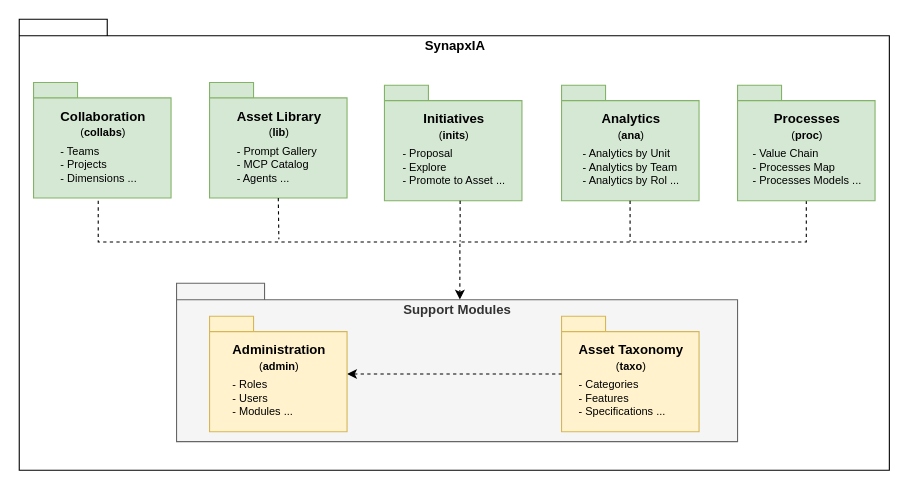
Above: page "SynapxIA" (1 of 7) of docs/models.drawio in abc-flex/synapxia (draw.io), before the change. Source tidied: cells renumbered, new cells numbered last; positions are measured from the earlier drawing's top-left corner, leaving out a move shared by most shapes. Both pictures are drawn from the tidied source at 110%, with x=0, y=0 at pixel (19, 19).
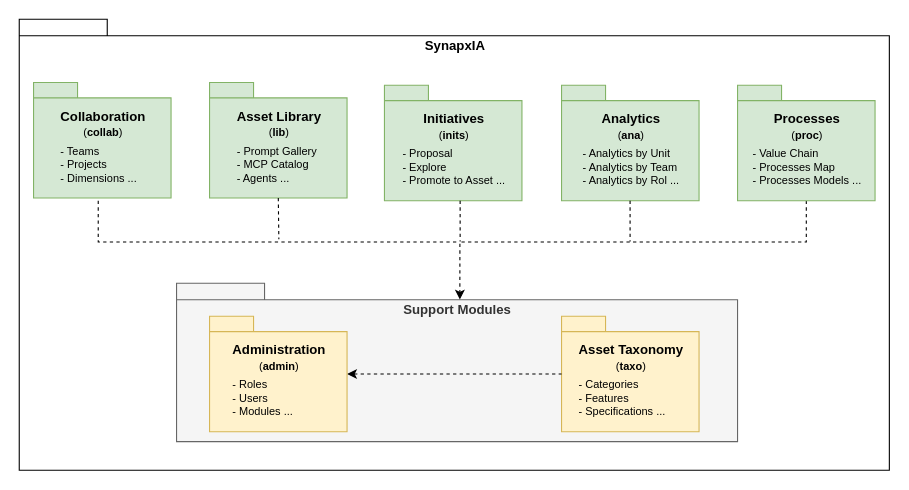
After the change.

The edit, as a diff of the source:
```diff
@@
-    <mxCell id="4" value="Collaboration&lt;br&gt;&lt;font style=&quot;font-size: 10px;&quot;&gt;&lt;span style=&quot;font-weight: normal;&quot;&gt;(&lt;/span&gt;collabs&lt;/font&gt;&lt;font style=&quot;font-size: 10px;&quot;&gt;&lt;span style=&quot;font-weight: 400;&quot;&gt;)&lt;/span&gt;&lt;br&gt;&lt;div style=&quot;text-align: left; font-size: 4px;&quot;&gt;&lt;span style=&quot;font-weight: 400;&quot;&gt;&lt;br&gt;&lt;/span&gt;&lt;/div&gt;&lt;div style=&quot;text-align: left;&quot;&gt;&lt;span style=&quot;font-weight: 400;&quot;&gt;- Teams&lt;/span&gt;&lt;/div&gt;&lt;div style=&quot;text-align: left;&quot;&gt;&lt;span style=&quot;font-weight: 400;&quot;&gt;-&amp;nbsp;&lt;/span&gt;&lt;span style=&quot;font-weight: 400; background-color: transparent; color: light-dark(rgb(0, 0, 0), rgb(255, 255, 255));&quot;&gt;Projects&lt;/span&gt;&lt;/div&gt;&lt;div style=&quot;text-align: left;&quot;&gt;&lt;span style=&quot;font-weight: 400; background-color: transparent; color: light-dark(rgb(0, 0, 0), rgb(255, 255, 255));&quot;&gt;- Dimensions ...&lt;/span&gt;&lt;/div&gt;&lt;/font&gt;" style="shape=folder;fontStyle=1;spacingTop=12;tabWidth=40;tabHeight=14;tabPosition=left;html=1;fillColor=#d5e8d4;strokeColor=#82b366;" parent="1" vertex="1">
+    <mxCell id="4" value="Collaboration&lt;br&gt;&lt;font style=&quot;font-size: 10px;&quot;&gt;&lt;span style=&quot;font-weight: normal;&quot;&gt;(&lt;/span&gt;collab&lt;/font&gt;&lt;font style=&quot;font-size: 10px;&quot;&gt;&lt;span style=&quot;font-weight: 400;&quot;&gt;)&lt;/span&gt;&lt;br&gt;&lt;div style=&quot;text-align: left; font-size: 4px;&quot;&gt;&lt;span style=&quot;font-weight: 400;&quot;&gt;&lt;br&gt;&lt;/span&gt;&lt;/div&gt;&lt;div style=&quot;text-align: left;&quot;&gt;&lt;span style=&quot;font-weight: 400;&quot;&gt;- Teams&lt;/span&gt;&lt;/div&gt;&lt;div style=&quot;text-align: left;&quot;&gt;&lt;span style=&quot;font-weight: 400;&quot;&gt;-&amp;nbsp;&lt;/span&gt;&lt;span style=&quot;font-weight: 400; background-color: transparent; color: light-dark(rgb(0, 0, 0), rgb(255, 255, 255));&quot;&gt;Projects&lt;/span&gt;&lt;/div&gt;&lt;div style=&quot;text-align: left;&quot;&gt;&lt;span style=&quot;font-weight: 400; background-color: transparent; color: light-dark(rgb(0, 0, 0), rgb(255, 255, 255));&quot;&gt;- Dimensions ...&lt;/span&gt;&lt;/div&gt;&lt;/font&gt;" style="shape=folder;fontStyle=1;spacingTop=12;tabWidth=40;tabHeight=14;tabPosition=left;html=1;fillColor=#d5e8d4;strokeColor=#82b366;" parent="1" vertex="1">
       <mxGeometry x="13" y="57.5" width="125" height="105" as="geometry" />
     </mxCell>
```
